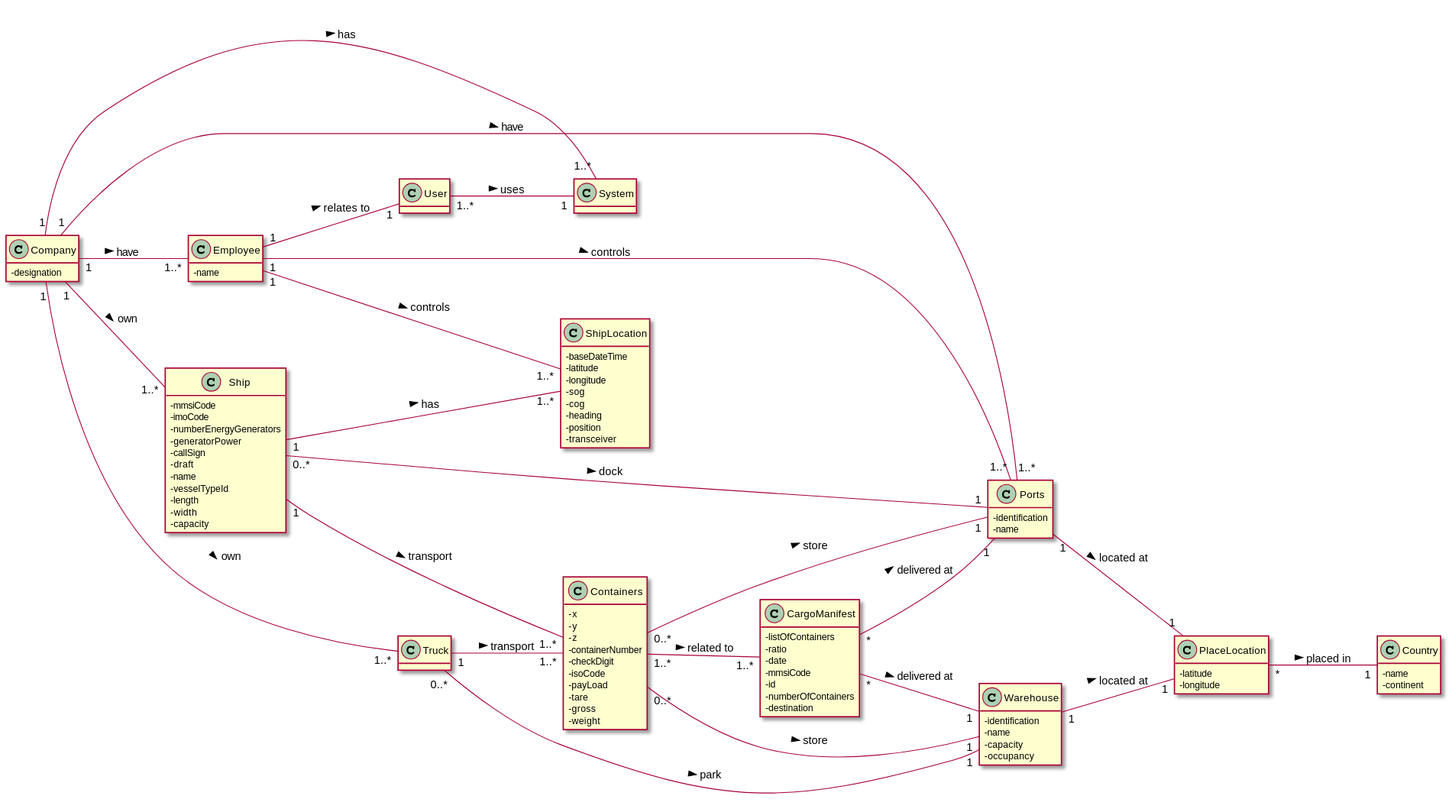
0franciscor/lapr3-2021-g042 keeps this PlantUML diagram as docs/DM.svg. Above is the earlier version. Source of this version:
```plantuml
@startuml

hide methods
left to right direction
skinparam classAttributeIconSize 0

class Company {
-designation
}

class Employee {
-name
}

class Containers {
-x
-y
-z
-containerNumber
-checkDigit
-isoCode
-payLoad
-tare
-gross
-weight
}

class CargoManifest {
-listOfContainers
-ratio
-date
-mmsiCode
-id
-numberOfContainers
-destination
}

class Ship {
-mmsiCode
-imoCode
-numberEnergyGenerators
-generatorPower
-callSign
-draft
-name
-vesselTypeId
-length
-width
-capacity
}



class Ports {
-identification
-name
}

class Truck {

}

class Warehouse {
-identification
-name
-capacity
-occupancy
}

class Country {
-name
-continent
}

class PlaceLocation {
-latitude
-longitude
}

class ShipLocation {
-baseDateTime
-latitude
-longitude
-sog
-cog
-heading
-position
-transceiver
}

CargoManifest "*" -- "1" Ports : delivered at >
CargoManifest "*" -- "1" Warehouse : delivered at >

Company "1"--"1..*" Ship: own >
Company "1" - "1..*" System : has >
Company "1"--"1..*" Employee: have >
Company "1"--"1..*" Truck: own >
Company "1"--"1..*" Ports: have >

Containers "1..*"--"1..*" CargoManifest: related to >
Containers "0..*"--"1" Ports: store >
Containers "0..*"--"1" Warehouse: store >

PlaceLocation "*" -- "1" Country : placed in >

Ports "1" -- "1" PlaceLocation : located at >

Ship "1"---"1..*" Containers : transport >
Ship "0..*"--"1" Ports: dock >
Ship "1" -- "1..*" ShipLocation : has >

Employee "1" --- "1..*" ShipLocation : controls >
Employee "1" -- "1" User : relates to >
Employee "1" --- "1..*" Ports : controls >

Truck "1"--"1..*" Containers : transport >
Truck "0..*"--"1" Warehouse: park >

User "1..*" -- "1" System : uses >

Warehouse "1" -- "1" PlaceLocation : located at >





@enduml
```
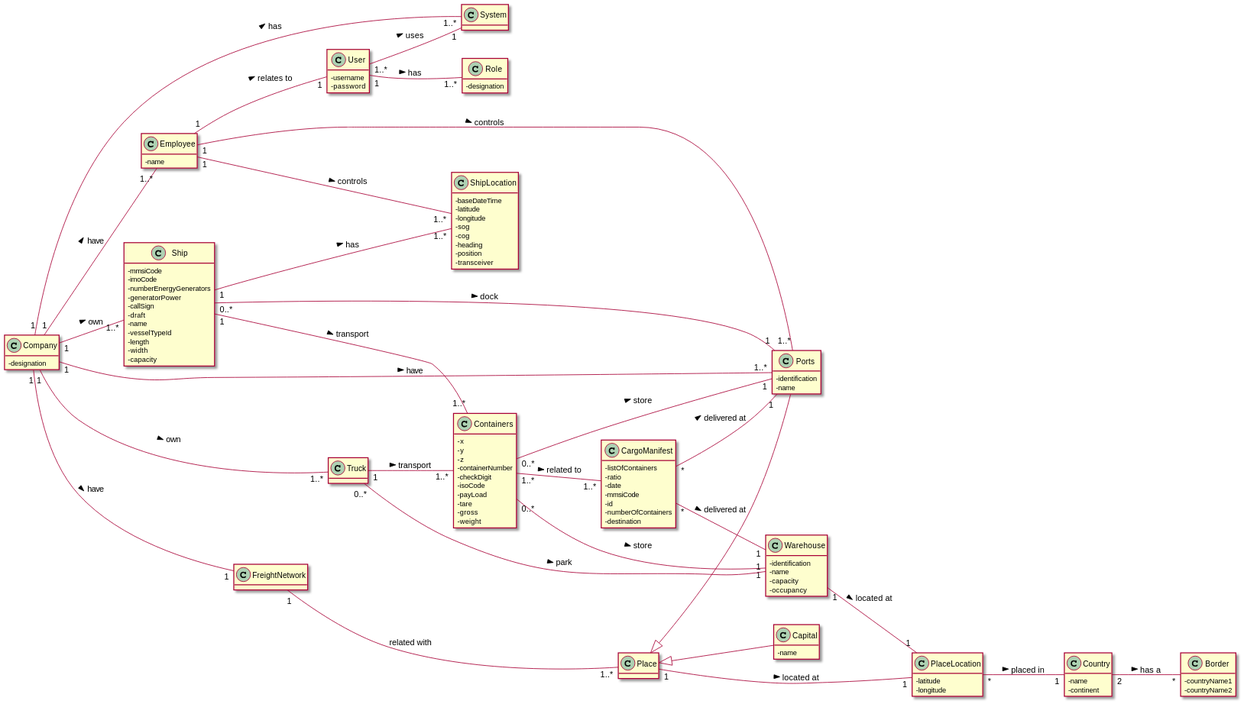
The same diagram one commit later.

What changed in the source:
```diff
@@ -88,6 +88,31 @@
 -transceiver
 }
 
+class User{
+-username
+-password
+}
+
+class Role{
+-designation
+}
+
+class Capital{
+-name
+}
+
+class Place {
+
+}
+
+class Border {
+-countryName1
+-countryName2
+}
+
+class FreightNetwork {
+}
+
 CargoManifest "*" -- "1" Ports : delivered at >
 CargoManifest "*" -- "1" Warehouse : delivered at >
 
@@ -96,14 +121,20 @@
 Company "1"--"1..*" Employee: have >
 Company "1"--"1..*" Truck: own >
 Company "1"--"1..*" Ports: have >
+Company "1"--"1" FreightNetwork: have >
 
 Containers "1..*"--"1..*" CargoManifest: related to >
 Containers "0..*"--"1" Ports: store >
 Containers "0..*"--"1" Warehouse: store >
 
+Country "2" -- "*" Border : has a >
+
+Place <|-- Ports
+Place <|-- Capital
+
 PlaceLocation "*" -- "1" Country : placed in >
 
-Ports "1" -- "1" PlaceLocation : located at >
+Place "1" -- "1" PlaceLocation : located at >
 
 Ship "1"---"1..*" Containers : transport >
 Ship "0..*"--"1" Ports: dock >
@@ -117,9 +148,10 @@
 Truck "0..*"--"1" Warehouse: park >
 
 User "1..*" -- "1" System : uses >
+User "1" -- "1..*" Role : has >
 
 Warehouse "1" -- "1" PlaceLocation : located at >
-
+FreightNetwork "1" -- "1..*" Place : related with
 
 
 
```
